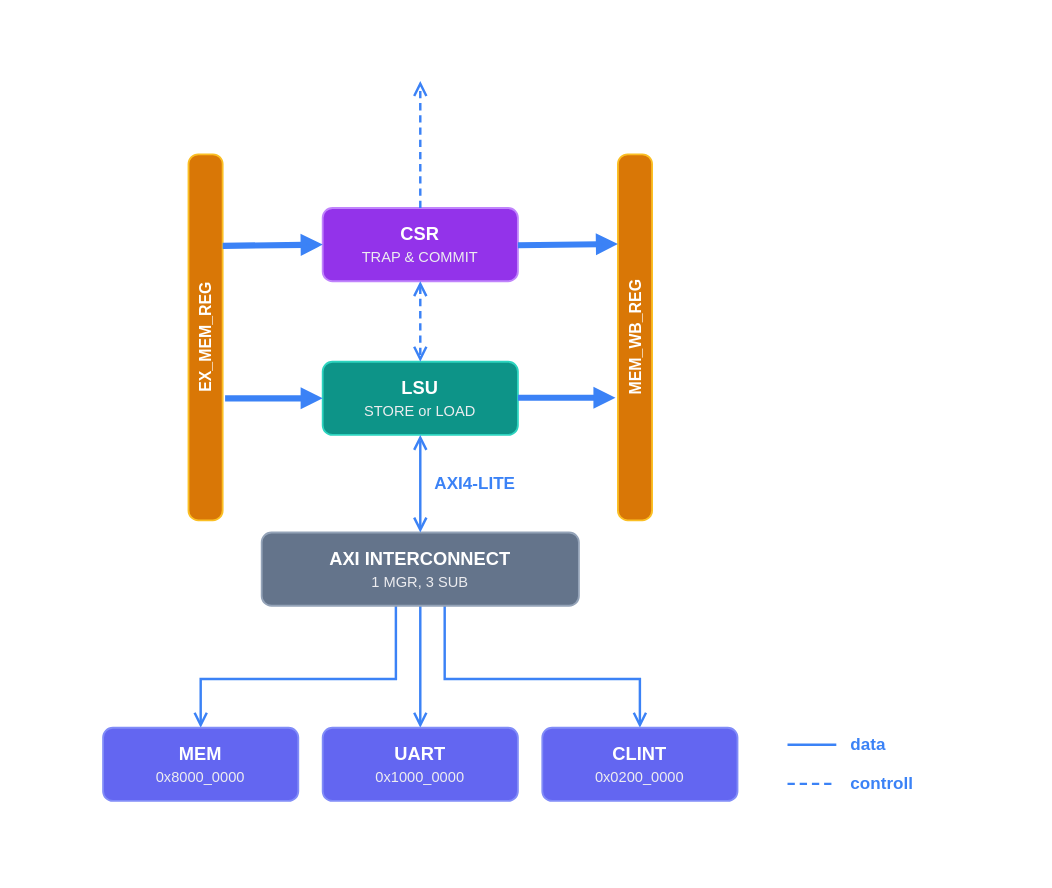
marcobenkler/riscv-cpu keeps this draw.io diagram as images/drawio/mem_stage.drawio. Above is the earlier version. Source tidied: cells renumbered, new cells numbered last; positions are measured from the earlier drawing's top-left corner, leaving out a move shared by most shapes. Both pictures are drawn from the tidied source at 122%, with x=0, y=0 at pixel (21, 21).
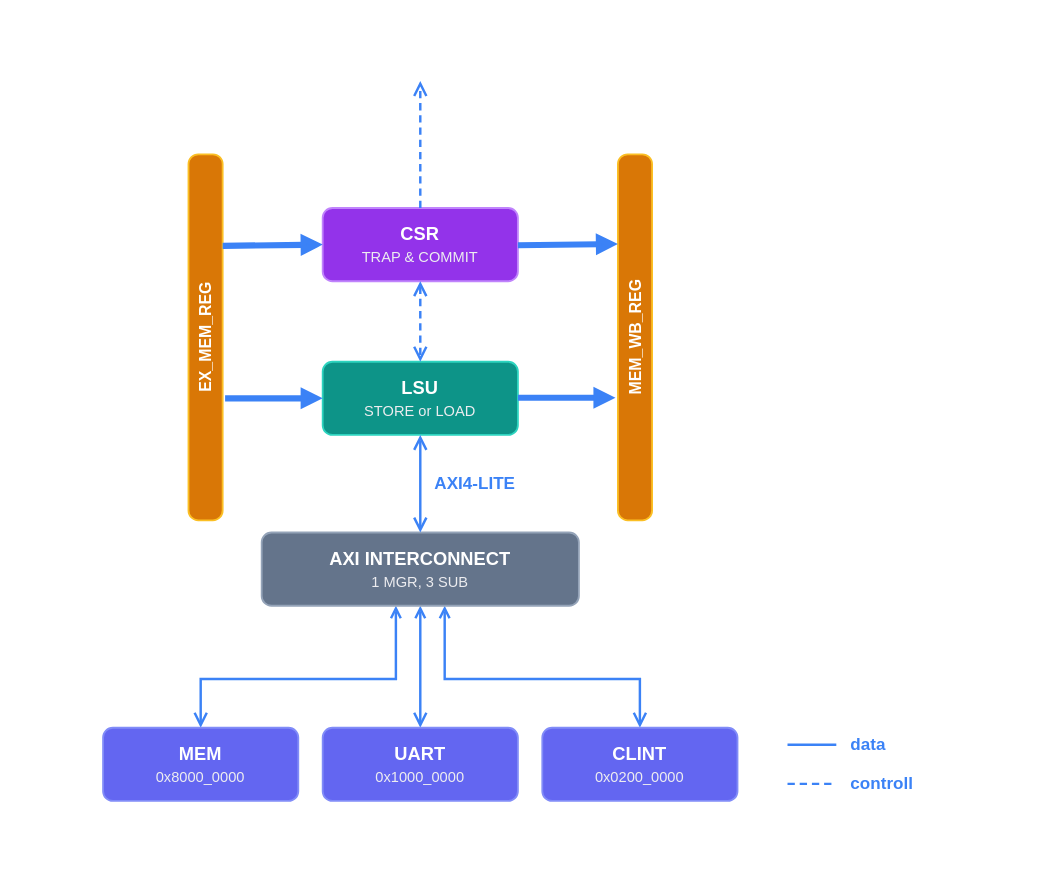
After the change.

The edit, as a diff of the source:
```diff
@@
-    <mxCell id="8" style="html=1;rounded=0;strokeColor=#3B82F6;strokeWidth=2;endArrow=open;endSize=8;fontFamily=Helvetica;fontSize=13;fontStyle=1;fontColor=#3B82F6;labelBackgroundColor=none;edgeStyle=orthogonalEdgeStyle;entryX=0.5;entryY=0;entryDx=0;entryDy=0;" parent="1" edge="1">
+    <mxCell id="8" style="html=1;rounded=0;strokeColor=#3B82F6;strokeWidth=2;endArrow=open;endSize=8;fontFamily=Helvetica;fontSize=13;fontStyle=1;fontColor=#3B82F6;labelBackgroundColor=none;edgeStyle=orthogonalEdgeStyle;entryX=0.5;entryY=0;entryDx=0;entryDy=0;startArrow=open;startFill=0;" parent="1" edge="1">
       <mxGeometry x="-0.21" relative="1" as="geometry">
         <mxPoint x="307" y="479" as="sourcePoint" />
         <mxPoint x="147" y="579" as="targetPoint" />
         <Array as="points">
           <mxPoint x="307" y="539" />
           <mxPoint x="147" y="539" />
         </Array>
       </mxGeometry>
     </mxCell>
-    <mxCell id="9" style="html=1;rounded=0;strokeColor=#3B82F6;strokeWidth=2;endArrow=open;endSize=8;fontFamily=Helvetica;fontSize=13;fontStyle=1;fontColor=#3B82F6;labelBackgroundColor=none;edgeStyle=orthogonalEdgeStyle;entryX=0.5;entryY=0;entryDx=0;entryDy=0;" parent="1" edge="1">
+    <mxCell id="9" style="html=1;rounded=0;strokeColor=#3B82F6;strokeWidth=2;endArrow=open;endSize=8;fontFamily=Helvetica;fontSize=13;fontStyle=1;fontColor=#3B82F6;labelBackgroundColor=none;edgeStyle=orthogonalEdgeStyle;entryX=0.5;entryY=0;entryDx=0;entryDy=0;startArrow=open;startFill=0;" parent="1" edge="1">
       <mxGeometry x="-0.21" relative="1" as="geometry">
         <mxPoint x="347" y="479" as="sourcePoint" />
         <mxPoint x="507" y="579" as="targetPoint" />
         <Array as="points">
           <mxPoint x="347" y="539" />
           <mxPoint x="507" y="539" />
         </Array>
       </mxGeometry>
     </mxCell>
-    <mxCell id="10" style="html=1;rounded=0;strokeColor=#3B82F6;strokeWidth=2;endArrow=open;endSize=8;fontFamily=Helvetica;fontSize=13;fontStyle=1;fontColor=#3B82F6;labelBackgroundColor=none;entryX=0.5;entryY=0;entryDx=0;entryDy=0;" parent="1" edge="1">
+    <mxCell id="10" style="html=1;rounded=0;strokeColor=#3B82F6;strokeWidth=2;endArrow=open;endSize=8;fontFamily=Helvetica;fontSize=13;fontStyle=1;fontColor=#3B82F6;labelBackgroundColor=none;entryX=0.5;entryY=0;entryDx=0;entryDy=0;startArrow=open;startFill=0;" parent="1" edge="1">
       <mxGeometry relative="1" as="geometry">
         <mxPoint x="327" y="479" as="sourcePoint" />
         <mxPoint x="327" y="579" as="targetPoint" />
       </mxGeometry>
     </mxCell>
```
